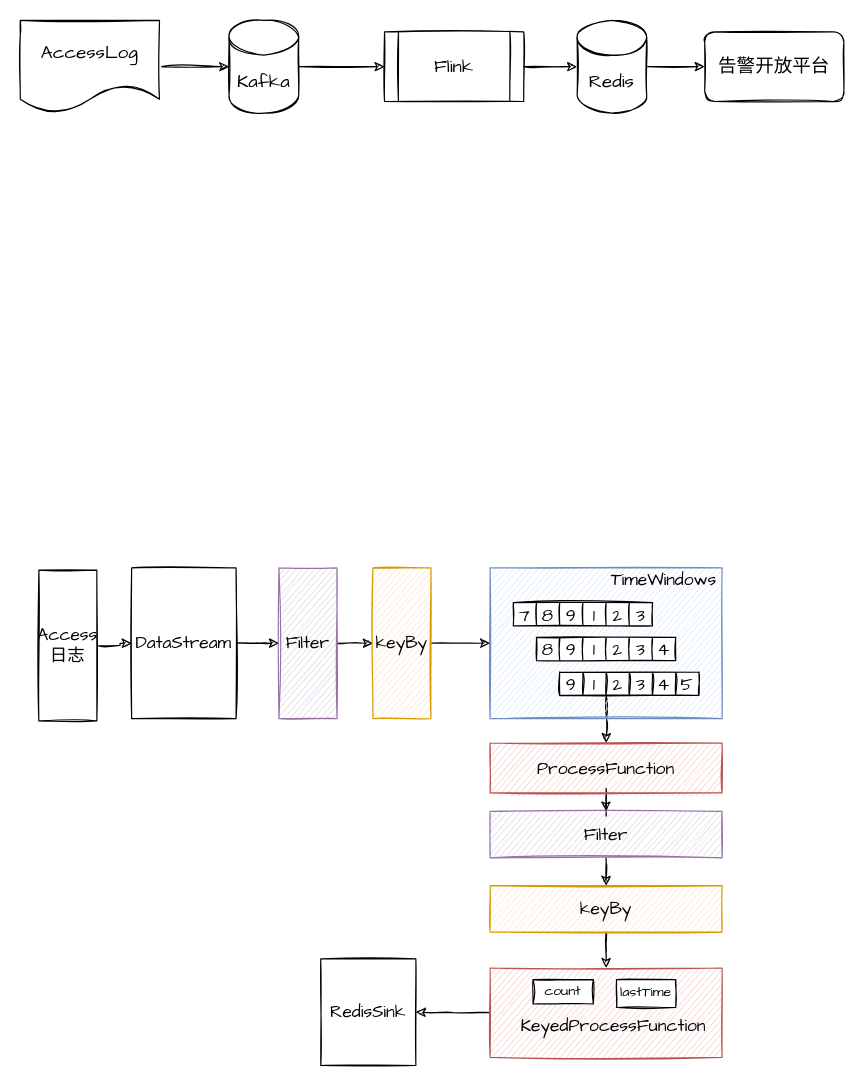
Earlier version of the draw.io diagram page "第 13 页" (12 of 12) of shuzhi.drawio (nullbull/uml). Source tidied: cells renumbered, new cells numbered last; positions are measured from the earlier drawing's top-left corner, leaving out a move shared by most shapes. Both pictures are drawn from the tidied source at 116%, with x=0, y=0 at pixel (20, 20).
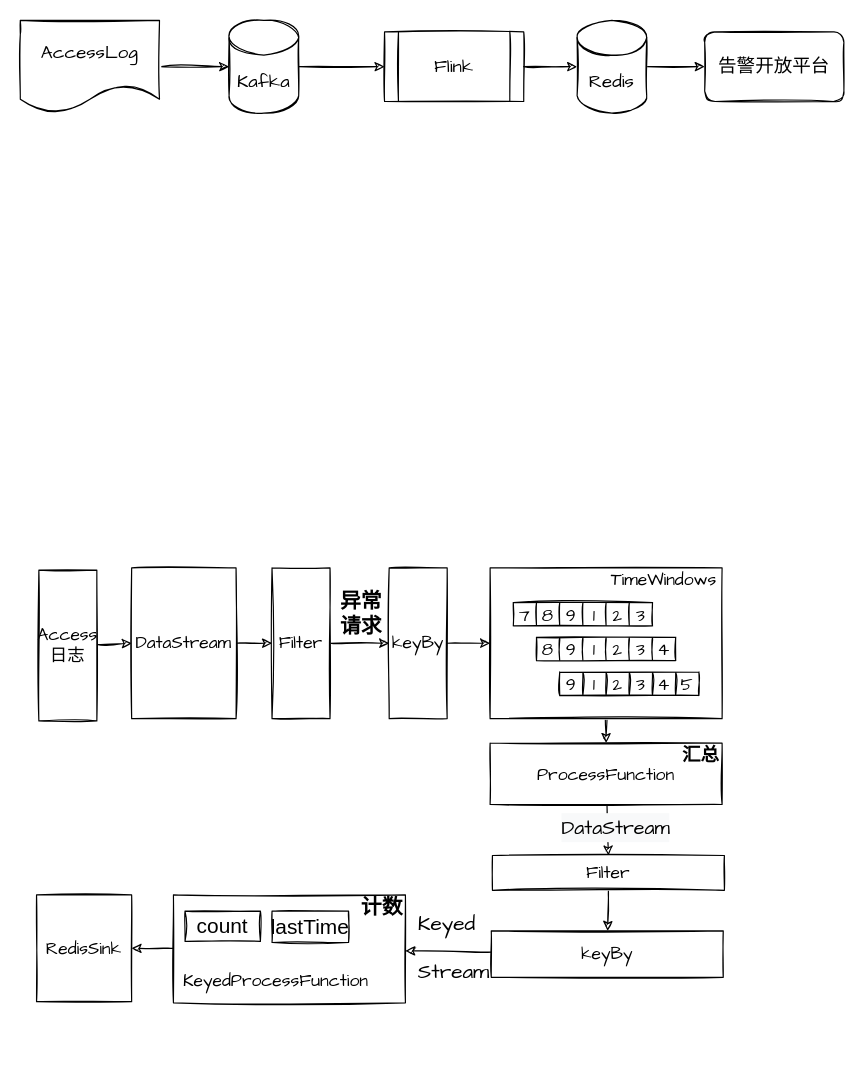
Above is the later version.

Unchanged cells that the change refers to:
```xml
<mxCell id="12" value="Access日志" style="rounded=0;whiteSpace=wrap;html=1;sketch=1;fontFamily=Comic Sans MS;fontSize=15;" parent="1" vertex="1">
  <mxGeometry x="16" y="474" width="50" height="130" as="geometry" />
</mxCell>
<mxCell id="14" value="DataStream" style="rounded=0;whiteSpace=wrap;html=1;sketch=1;fontFamily=Comic Sans MS;fontSize=15;" parent="1" vertex="1">
  <mxGeometry x="96" y="472" width="90" height="130" as="geometry" />
</mxCell>
```

What changed in the source:
```diff
@@
-    <mxCell id="11" style="edgeStyle=orthogonalEdgeStyle;rounded=0;sketch=1;jettySize=auto;html=1;entryX=0;entryY=0.5;entryDx=0;entryDy=0;" parent="1" edge="1" source="12" target="14">
+    <mxCell id="11" style="rounded=0;sketch=1;jettySize=auto;html=1;entryX=0;entryY=0.5;entryDx=0;entryDy=0;" parent="1" edge="1" source="12" target="14">
       <mxGeometry relative="1" as="geometry" />
     </mxCell>
@@
-    <mxCell id="13" style="edgeStyle=orthogonalEdgeStyle;rounded=0;jettySize=auto;html=1;entryX=0;entryY=0.5;entryDx=0;entryDy=0;sketch=1;" parent="1" edge="1" source="14" target="16">
+    <mxCell id="13" style="rounded=0;jettySize=auto;html=1;entryX=0;entryY=0.5;entryDx=0;entryDy=0;sketch=1;" parent="1" edge="1" source="14" target="16">
       <mxGeometry relative="1" as="geometry" />
     </mxCell>
@@
-    <mxCell id="15" style="edgeStyle=orthogonalEdgeStyle;rounded=0;jettySize=auto;html=1;exitX=1;exitY=0.5;exitDx=0;exitDy=0;entryX=0;entryY=0.5;entryDx=0;entryDy=0;sketch=1;" parent="1" edge="1" source="16" target="54">
+    <mxCell id="15" style="rounded=0;jettySize=auto;html=1;exitX=1;exitY=0.5;exitDx=0;exitDy=0;entryX=0;entryY=0.5;entryDx=0;entryDy=0;sketch=1;" parent="1" edge="1" source="16" target="54">
       <mxGeometry relative="1" as="geometry" />
     </mxCell>
-    <mxCell id="16" value="Filter" style="rounded=0;whiteSpace=wrap;html=1;sketch=1;fontFamily=Comic Sans MS;fontSize=15;fillColor=#e1d5e7;strokeColor=#9673a6;" parent="1" vertex="1">
-      <mxGeometry x="223" y="472" width="50" height="130" as="geometry" />
+    <mxCell id="16" value="Filter" style="rounded=0;whiteSpace=wrap;html=1;sketch=1;fontFamily=Comic Sans MS;fontSize=15;" parent="1" vertex="1">
+      <mxGeometry x="217" y="472" width="50" height="130" as="geometry" />
     </mxCell>
-    <mxCell id="17" style="edgeStyle=orthogonalEdgeStyle;rounded=0;jettySize=auto;html=1;exitX=0.5;exitY=1;exitDx=0;exitDy=0;entryX=0.5;entryY=0;entryDx=0;entryDy=0;sketch=1;fontFamily=Comic Sans MS;fontSize=15;" parent="1" edge="1" target="19">
+    <mxCell id="17" style="rounded=0;jettySize=auto;html=1;exitX=0.5;exitY=1;exitDx=0;exitDy=0;entryX=0.5;entryY=0;entryDx=0;entryDy=0;sketch=1;fontFamily=Comic Sans MS;fontSize=15;" parent="1" edge="1" target="19">
       <mxGeometry relative="1" as="geometry">
         <mxPoint x="505" y="582" as="sourcePoint" />
       </mxGeometry>
     </mxCell>
-    <mxCell id="18" style="edgeStyle=orthogonalEdgeStyle;rounded=0;jettySize=auto;html=1;entryX=0.5;entryY=0;entryDx=0;entryDy=0;sketch=1;fontFamily=Comic Sans MS;fontSize=15;" parent="1" edge="1" source="19" target="23">
+    <mxCell id="18" style="rounded=0;jettySize=auto;html=1;entryX=0.5;entryY=0;entryDx=0;entryDy=0;sketch=1;fontFamily=Comic Sans MS;fontSize=15;" parent="1" edge="1" source="19" target="23">
       <mxGeometry relative="1" as="geometry" />
     </mxCell>
-    <mxCell id="19" value="ProcessFunction" style="rounded=0;whiteSpace=wrap;html=1;sketch=1;fontFamily=Comic Sans MS;fontSize=15;fillColor=#f8cecc;strokeColor=#b85450;" parent="1" vertex="1">
-      <mxGeometry x="405" y="623" width="200" height="43" as="geometry" />
+    <mxCell id="19" value="ProcessFunction" style="rounded=0;whiteSpace=wrap;html=1;sketch=1;fontFamily=Comic Sans MS;fontSize=15;" parent="1" vertex="1">
+      <mxGeometry x="405" y="623" width="200" height="53" as="geometry" />
     </mxCell>
-    <mxCell id="20" style="edgeStyle=orthogonalEdgeStyle;rounded=0;sketch=1;jettySize=auto;html=1;entryX=0.5;entryY=0;entryDx=0;entryDy=0;" parent="1" edge="1" source="21" target="52">
+    <mxCell id="20" style="rounded=0;sketch=1;jettySize=auto;html=1;entryX=0.5;entryY=0;entryDx=0;entryDy=0;" parent="1" edge="1" source="21" target="52">
       <mxGeometry relative="1" as="geometry" />
     </mxCell>
-    <mxCell id="21" style="rounded=0;whiteSpace=wrap;html=1;sketch=1;fontFamily=Comic Sans MS;fontSize=15;fillColor=#f8cecc;strokeColor=#b85450;" parent="1" vertex="1">
-      <mxGeometry x="405" y="817" width="200" height="77" as="geometry" />
+    <mxCell id="21" style="rounded=0;whiteSpace=wrap;html=1;sketch=1;fontFamily=Comic Sans MS;fontSize=15;" parent="1" vertex="1">
+      <mxGeometry x="132" y="754" width="200" height="93" as="geometry" />
     </mxCell>
-    <mxCell id="22" style="edgeStyle=orthogonalEdgeStyle;rounded=0;jettySize=auto;html=1;exitX=0.5;exitY=1;exitDx=0;exitDy=0;sketch=1;" parent="1" edge="1" source="23" target="56">
+    <mxCell id="22" style="rounded=0;jettySize=auto;html=1;exitX=0.5;exitY=1;exitDx=0;exitDy=0;sketch=1;" parent="1" edge="1" source="23" target="56">
       <mxGeometry relative="1" as="geometry" />
     </mxCell>
-    <mxCell id="23" value="Filter" style="rounded=0;whiteSpace=wrap;html=1;sketch=1;fontFamily=Comic Sans MS;fontSize=15;fillColor=#e1d5e7;strokeColor=#9673a6;" parent="1" vertex="1">
-      <mxGeometry x="405" y="682" width="200" height="40" as="geometry" />
+    <mxCell id="23" value="Filter" style="rounded=0;whiteSpace=wrap;html=1;sketch=1;fontFamily=Comic Sans MS;fontSize=15;" parent="1" vertex="1">
+      <mxGeometry x="407" y="720" width="200" height="30" as="geometry" />
     </mxCell>
-    <mxCell id="24" style="group;fontFamily=Comic Sans MS;" parent="1" vertex="1">
-      <mxGeometry x="504" y="526" width="160" height="100" as="geometry" />
-    </mxCell>
-    <mxCell id="25" style="edgeStyle=orthogonalEdgeStyle;rounded=0;orthogonalLoop=1;jettySize=auto;html=1;exitX=0.5;exitY=1;exitDx=0;exitDy=0;sketch=1;fontFamily=Comic Sans MS;fontSize=15;" parent="24" edge="1">
-      <mxGeometry relative="1" as="geometry">
-        <mxPoint x="136" y="-14" as="sourcePoint" />
-        <mxPoint x="136" y="-14" as="targetPoint" />
-      </mxGeometry>
-    </mxCell>
-    <mxCell id="26" style="rounded=0;whiteSpace=wrap;html=1;sketch=1;fontFamily=Comic Sans MS;fontSize=15;fillColor=#dae8fc;strokeColor=#6c8ebf;" parent="1" vertex="1">
+    <mxCell id="26" style="rounded=0;whiteSpace=wrap;html=1;sketch=1;fontFamily=Comic Sans MS;fontSize=15;" parent="1" vertex="1">
       <mxGeometry x="405" y="472" width="200" height="130" as="geometry" />
     </mxCell>
@@
     <mxCell id="52" value="RedisSink" style="rounded=0;whiteSpace=wrap;html=1;sketch=1;fontFamily=Comic Sans MS;fontSize=15;direction=south;" parent="1" vertex="1">
-      <mxGeometry x="259" y="809" width="82" height="92" as="geometry" />
+      <mxGeometry x="14" y="754" width="82" height="92" as="geometry" />
     </mxCell>
-    <mxCell id="53" style="edgeStyle=orthogonalEdgeStyle;rounded=0;jettySize=auto;html=1;entryX=0;entryY=0.5;entryDx=0;entryDy=0;sketch=1;" parent="1" edge="1" source="54" target="26">
+    <mxCell id="53" style="rounded=0;jettySize=auto;html=1;entryX=0;entryY=0.5;entryDx=0;entryDy=0;sketch=1;" parent="1" edge="1" source="54" target="26">
       <mxGeometry relative="1" as="geometry" />
     </mxCell>
-    <mxCell id="54" value="keyBy" style="rounded=0;whiteSpace=wrap;html=1;sketch=1;fontFamily=Comic Sans MS;fontSize=15;fillColor=#ffe6cc;strokeColor=#d79b00;" parent="1" vertex="1">
-      <mxGeometry x="304" y="472" width="50" height="130" as="geometry" />
+    <mxCell id="54" value="keyBy" style="rounded=0;whiteSpace=wrap;html=1;sketch=1;fontFamily=Comic Sans MS;fontSize=15;" parent="1" vertex="1">
+      <mxGeometry x="318" y="472" width="50" height="130" as="geometry" />
     </mxCell>
-    <mxCell id="55" style="edgeStyle=orthogonalEdgeStyle;rounded=0;jettySize=auto;html=1;sketch=1;" parent="1" edge="1" source="56" target="21">
+    <mxCell id="55" style="rounded=0;jettySize=auto;html=1;sketch=1;" parent="1" edge="1" source="56" target="21">
       <mxGeometry relative="1" as="geometry" />
     </mxCell>
-    <mxCell id="56" value="keyBy" style="rounded=0;whiteSpace=wrap;html=1;sketch=1;fontFamily=Comic Sans MS;fontSize=15;fillColor=#ffe6cc;strokeColor=#d79b00;" parent="1" vertex="1">
-      <mxGeometry x="405" y="746" width="200" height="40" as="geometry" />
+    <mxCell id="56" value="keyBy" style="rounded=0;whiteSpace=wrap;html=1;sketch=1;fontFamily=Comic Sans MS;fontSize=15;" parent="1" vertex="1">
+      <mxGeometry x="406" y="785" width="200" height="40" as="geometry" />
     </mxCell>
+    <mxCell id="58" value="&lt;span style=&quot;font-family: &amp;#34;comic sans ms&amp;#34; ; font-size: 15px&quot;&gt;KeyedProcessFunction&lt;/span&gt;" style="text;html=1;strokeColor=none;fillColor=none;align=center;verticalAlign=middle;whiteSpace=wrap;rounded=0;" parent="1" vertex="1">
+      <mxGeometry x="167" y="817.5" width="107" height="20" as="geometry" />
+    </mxCell>
+    <mxCell id="60" value="异常请求" style="text;html=1;strokeColor=none;fillColor=none;align=center;verticalAlign=middle;whiteSpace=wrap;rounded=0;sketch=1;fontSize=18;fontStyle=1;" parent="1" vertex="1">
+      <mxGeometry x="274" y="502" width="40" height="20" as="geometry" />
+    </mxCell>
+    <mxCell id="61" value="&lt;b&gt;&lt;font style=&quot;font-size: 16px&quot;&gt;汇总&lt;/font&gt;&lt;/b&gt;" style="text;html=1;strokeColor=none;fillColor=none;align=center;verticalAlign=middle;whiteSpace=wrap;rounded=0;sketch=1;fontSize=18;" parent="1" vertex="1">
+      <mxGeometry x="567" y="623" width="40" height="20" as="geometry" />
+    </mxCell>
+    <mxCell id="62" value="&lt;b&gt;计数&lt;/b&gt;" style="text;html=1;strokeColor=none;fillColor=none;align=center;verticalAlign=middle;whiteSpace=wrap;rounded=0;sketch=1;fontSize=18;" parent="1" vertex="1">
+      <mxGeometry x="292" y="755" width="40" height="20" as="geometry" />
+    </mxCell>
+    <mxCell id="63" value="&lt;span style=&quot;color: rgb(0 , 0 , 0) ; font-family: &amp;#34;comic sans ms&amp;#34; ; font-style: normal ; font-weight: 400 ; letter-spacing: normal ; text-align: center ; text-indent: 0px ; text-transform: none ; word-spacing: 0px ; background-color: rgb(248 , 249 , 250) ; display: inline ; float: none&quot;&gt;&lt;font style=&quot;font-size: 17px&quot;&gt;DataStream&lt;/font&gt;&lt;/span&gt;" style="text;whiteSpace=wrap;html=1;fontSize=18;" parent="1" vertex="1">
+      <mxGeometry x="465" y="679" width="106" height="36" as="geometry" />
+    </mxCell>
+    <mxCell id="64" value="&lt;pre style=&quot;text-align: left ; background-color: rgb(255 , 255 , 255)&quot;&gt;&lt;font face=&quot;Comic Sans MS&quot;&gt;Keyed&lt;/font&gt;&lt;/pre&gt;&lt;pre style=&quot;text-align: left ; background-color: rgb(255 , 255 , 255)&quot;&gt;&lt;font face=&quot;Comic Sans MS&quot;&gt;Stream&lt;/font&gt;&lt;/pre&gt;" style="text;html=1;strokeColor=none;fillColor=none;align=center;verticalAlign=middle;whiteSpace=wrap;rounded=0;sketch=1;fontSize=18;rotation=0;" parent="1" vertex="1">
+      <mxGeometry x="354" y="788.5" width="40" height="22" as="geometry" />
+    </mxCell>
+    <mxCell id="65" style="edgeStyle=none;rounded=0;orthogonalLoop=1;jettySize=auto;html=1;entryX=0.25;entryY=0;entryDx=0;entryDy=0;fontSize=18;" parent="1" edge="1" source="64" target="64">
+      <mxGeometry relative="1" as="geometry" />
+    </mxCell>
+    <mxCell id="66" style="edgeStyle=none;rounded=0;orthogonalLoop=1;jettySize=auto;html=1;exitX=0.5;exitY=1;exitDx=0;exitDy=0;fontSize=18;" parent="1" edge="1">
+      <mxGeometry relative="1" as="geometry">
+        <mxPoint x="180" y="788.5" as="sourcePoint" />
+        <mxPoint x="180" y="788.5" as="targetPoint" />
+      </mxGeometry>
+    </mxCell>
+    <mxCell id="67" style="edgeStyle=none;rounded=0;orthogonalLoop=1;jettySize=auto;html=1;exitX=0.75;exitY=0;exitDx=0;exitDy=0;fontSize=18;" parent="1" edge="1">
+      <mxGeometry relative="1" as="geometry">
+        <mxPoint x="193" y="767.5" as="sourcePoint" />
+        <mxPoint x="193" y="767.5" as="targetPoint" />
+      </mxGeometry>
+    </mxCell>
+    <mxCell id="59" value="count" style="rounded=0;whiteSpace=wrap;html=1;sketch=1;fillColor=none;fontSize=18;" parent="1" vertex="1">
+      <mxGeometry x="142" y="768" width="65" height="26" as="geometry" />
+    </mxCell>
-    <mxCell id="57" value="lastTime" style="rounded=0;whiteSpace=wrap;html=1;sketch=1;fontFamily=Comic Sans MS;" parent="1" vertex="1">
-      <mxGeometry x="514" y="827" width="51" height="24" as="geometry" />
+    <mxCell id="57" value="lastTime" style="rounded=0;whiteSpace=wrap;html=1;sketch=1;fillColor=none;fontSize=18;" parent="1" vertex="1">
+      <mxGeometry x="217" y="768" width="66" height="27" as="geometry" />
     </mxCell>
-    <mxCell id="58" value="&lt;span style=&quot;font-family: &amp;#34;comic sans ms&amp;#34; ; font-size: 15px&quot;&gt;KeyedProcessFunction&lt;/span&gt;" style="text;html=1;strokeColor=none;fillColor=none;align=center;verticalAlign=middle;whiteSpace=wrap;rounded=0;" parent="1" vertex="1">
-      <mxGeometry x="458" y="857" width="107" height="20" as="geometry" />
-    </mxCell>
-    <mxCell id="59" value="count" style="rounded=0;whiteSpace=wrap;html=1;sketch=1;fontFamily=Comic Sans MS;" parent="1" vertex="1">
-      <mxGeometry x="442" y="827" width="52" height="21" as="geometry" />
-    </mxCell>
```
